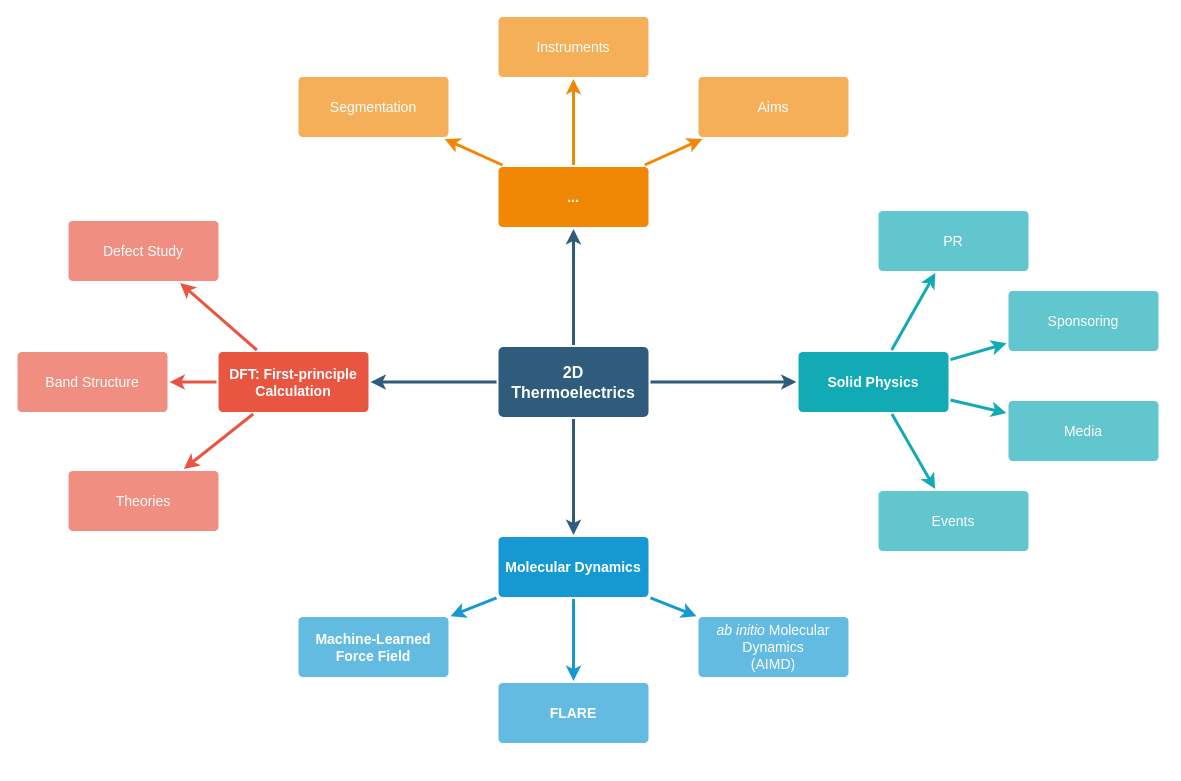
Earlier version of the draw.io diagram annual_review_2024.drawio (yicao-elina/drawio). Source tidied: cells renumbered, new cells numbered last; positions are measured from the earlier drawing's top-left corner, leaving out a move shared by most shapes. Both pictures are drawn from the tidied source at 100%, with x=0, y=0 at pixel (17, 16).
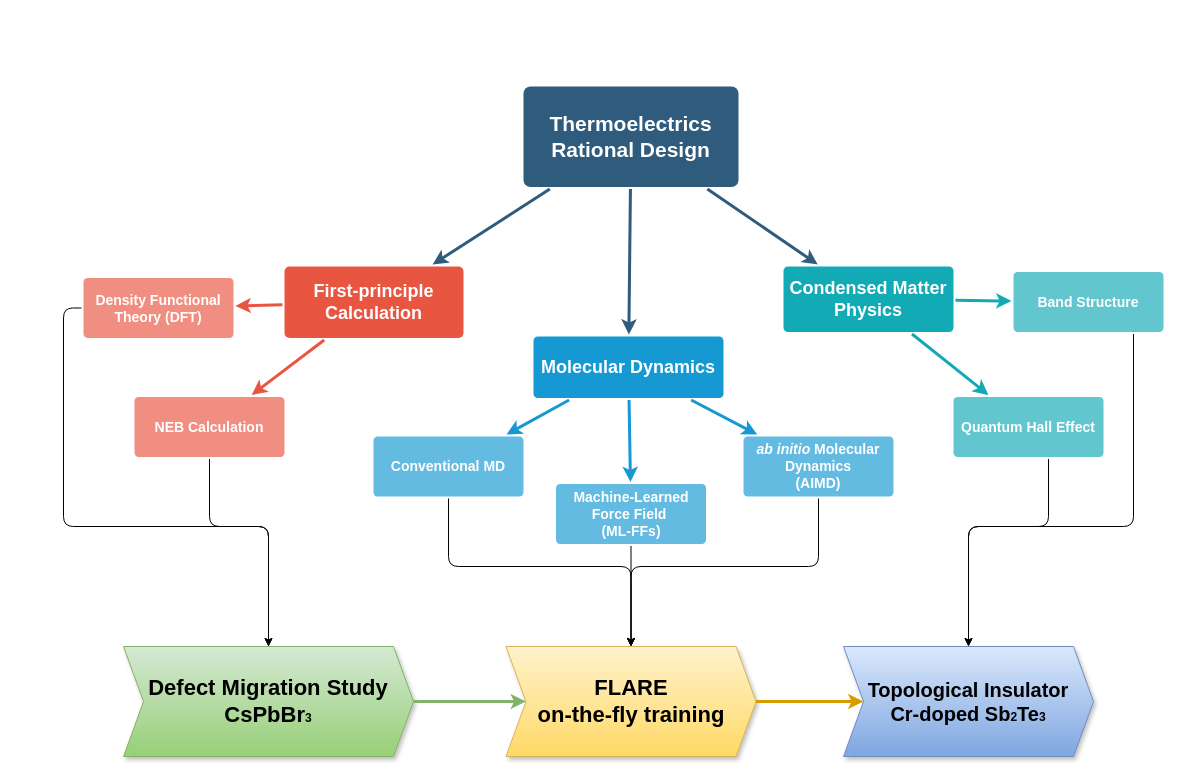
After the change.

The edit, as a diff of the source:
```diff
@@
-    <mxCell id="2" style="edgeStyle=none;rounded=0;jumpStyle=none;html=1;shadow=0;labelBackgroundColor=none;startArrow=none;startFill=0;endArrow=classic;endFill=1;jettySize=auto;strokeColor=#2F5B7C;strokeWidth=3;fontFamily=Helvetica;fontSize=16;fontColor=#23445D;spacing=5;" parent="1" edge="1" source="6" target="21">
-      <mxGeometry relative="1" as="geometry" />
-    </mxCell>
@@
-    <mxCell id="6" value="2D Thermoelectrics" style="rounded=1;whiteSpace=wrap;html=1;shadow=0;labelBackgroundColor=none;strokeColor=none;strokeWidth=3;fillColor=#2F5B7C;fontFamily=Helvetica;fontSize=16;fontColor=#FFFFFF;align=center;fontStyle=1;spacing=5;arcSize=7;perimeterSpacing=2;" parent="1" vertex="1">
-      <mxGeometry x="481" y="330.5" width="150" height="70" as="geometry" />
+    <mxCell id="6" value="&lt;div&gt;&lt;span style=&quot;font-size: 21px; background-color: initial;&quot;&gt;Thermoelectrics&lt;/span&gt;&lt;br&gt;&lt;/div&gt;&lt;div&gt;&lt;span style=&quot;font-size: 21px;&quot;&gt;Rational Design&lt;/span&gt;&lt;span style=&quot;font-size: 21px; background-color: initial;&quot;&gt;&lt;br&gt;&lt;/span&gt;&lt;/div&gt;" style="rounded=1;whiteSpace=wrap;html=1;shadow=0;labelBackgroundColor=none;strokeColor=none;strokeWidth=3;fillColor=#2F5B7C;fontFamily=Helvetica;fontSize=16;fontColor=#FFFFFF;align=center;fontStyle=1;spacing=5;arcSize=7;perimeterSpacing=2;" parent="1" vertex="1">
+      <mxGeometry x="506" y="70" width="215" height="100.5" as="geometry" />
     </mxCell>
-    <mxCell id="7" style="edgeStyle=none;rounded=1;jumpStyle=none;html=1;shadow=0;labelBackgroundColor=none;startArrow=none;startFill=0;jettySize=auto;strokeColor=#E85642;strokeWidth=3;fontFamily=Helvetica;fontSize=14;fontColor=#FFFFFF;spacing=5;fontStyle=1;fillColor=#b0e3e6;" parent="1" edge="1" source="10" target="13">
-      <mxGeometry relative="1" as="geometry" />
-    </mxCell>
@@
-    <mxCell id="10" value="DFT: First-principle Calculation" style="rounded=1;whiteSpace=wrap;html=1;shadow=0;labelBackgroundColor=none;strokeColor=none;strokeWidth=3;fillColor=#e85642;fontFamily=Helvetica;fontSize=14;fontColor=#FFFFFF;align=center;spacing=5;fontStyle=1;arcSize=7;perimeterSpacing=2;" parent="1" vertex="1">
-      <mxGeometry x="201" y="335.5" width="150" height="60" as="geometry" />
+    <mxCell id="10" value="&lt;font style=&quot;font-size: 18px;&quot;&gt;First-principle Calculation&lt;/font&gt;" style="rounded=1;whiteSpace=wrap;html=1;shadow=0;labelBackgroundColor=none;strokeColor=none;strokeWidth=3;fillColor=#e85642;fontFamily=Helvetica;fontSize=14;fontColor=#FFFFFF;align=center;spacing=5;fontStyle=1;arcSize=7;perimeterSpacing=2;" parent="1" vertex="1">
+      <mxGeometry x="267" y="250" width="179" height="71.5" as="geometry" />
     </mxCell>
+    <mxCell id="37" style="edgeStyle=orthogonalEdgeStyle;rounded=1;jettySize=auto;html=1;curved=0;" parent="1" edge="1" source="11" target="44">
+      <mxGeometry relative="1" as="geometry">
+        <Array as="points">
+          <mxPoint x="192" y="510" />
+          <mxPoint x="251" y="510" />
+        </Array>
+      </mxGeometry>
+    </mxCell>
-    <mxCell id="11" value="Theories" style="rounded=1;whiteSpace=wrap;html=1;shadow=0;labelBackgroundColor=none;strokeColor=none;strokeWidth=3;fillColor=#f08e81;fontFamily=Helvetica;fontSize=14;fontColor=#FFFFFF;align=center;spacing=5;fontStyle=0;arcSize=7;perimeterSpacing=2;" parent="1" vertex="1">
-      <mxGeometry x="51" y="454.5" width="150" height="60" as="geometry" />
+    <mxCell id="11" value="NEB Calculation" style="rounded=1;whiteSpace=wrap;html=1;shadow=0;labelBackgroundColor=none;strokeColor=none;strokeWidth=3;fillColor=#f08e81;fontFamily=Helvetica;fontSize=14;fontColor=#FFFFFF;align=center;spacing=5;fontStyle=1;arcSize=7;perimeterSpacing=2;" parent="1" vertex="1">
+      <mxGeometry x="117" y="380.5" width="150" height="60" as="geometry" />
     </mxCell>
+    <mxCell id="38" style="edgeStyle=orthogonalEdgeStyle;rounded=1;jettySize=auto;html=1;curved=0;" parent="1" edge="1" source="12" target="44">
+      <mxGeometry relative="1" as="geometry">
+        <Array as="points">
+          <mxPoint x="46" y="292" />
+          <mxPoint x="46" y="510" />
+          <mxPoint x="251" y="510" />
+        </Array>
+      </mxGeometry>
+    </mxCell>
-    <mxCell id="12" value="Band Structure" style="rounded=1;whiteSpace=wrap;html=1;shadow=0;labelBackgroundColor=none;strokeColor=none;strokeWidth=3;fillColor=#f08e81;fontFamily=Helvetica;fontSize=14;fontColor=#FFFFFF;align=center;spacing=5;fontStyle=0;arcSize=7;perimeterSpacing=2;" parent="1" vertex="1">
-      <mxGeometry y="335.5" width="150" height="60" as="geometry" />
+    <mxCell id="12" value="Density Functional Theory (DFT)" style="rounded=1;whiteSpace=wrap;html=1;shadow=0;labelBackgroundColor=none;strokeColor=none;strokeWidth=3;fillColor=#f08e81;fontFamily=Helvetica;fontSize=14;fontColor=#FFFFFF;align=center;spacing=5;fontStyle=1;arcSize=7;perimeterSpacing=2;" parent="1" vertex="1">
+      <mxGeometry x="66" y="261.5" width="150" height="60" as="geometry" />
     </mxCell>
-    <mxCell id="13" value="Defect Study" style="rounded=1;whiteSpace=wrap;html=1;shadow=0;labelBackgroundColor=none;strokeColor=none;strokeWidth=3;fillColor=#f08e81;fontFamily=Helvetica;fontSize=14;fontColor=#FFFFFF;align=center;spacing=5;fontStyle=0;arcSize=7;perimeterSpacing=2;" parent="1" vertex="1">
-      <mxGeometry x="51" y="204.5" width="150" height="60" as="geometry" />
-    </mxCell>
@@
-    <mxCell id="17" value="Molecular Dynamics" style="rounded=1;whiteSpace=wrap;html=1;shadow=0;labelBackgroundColor=none;strokeColor=none;strokeWidth=3;fillColor=#1699d3;fontFamily=Helvetica;fontSize=14;fontColor=#FFFFFF;align=center;spacing=5;fontStyle=1;arcSize=7;perimeterSpacing=2;" parent="1" vertex="1">
-      <mxGeometry x="481" y="520.5" width="150" height="60" as="geometry" />
+    <mxCell id="17" value="&lt;font style=&quot;font-size: 18px;&quot;&gt;Molecular Dynamics&lt;/font&gt;" style="rounded=1;whiteSpace=wrap;html=1;shadow=0;labelBackgroundColor=none;strokeColor=none;strokeWidth=3;fillColor=#1699d3;fontFamily=Helvetica;fontSize=14;fontColor=#FFFFFF;align=center;spacing=5;fontStyle=1;arcSize=7;perimeterSpacing=2;" parent="1" vertex="1">
+      <mxGeometry x="516" y="320" width="190" height="61.5" as="geometry" />
     </mxCell>
+    <mxCell id="39" style="edgeStyle=orthogonalEdgeStyle;rounded=1;jettySize=auto;html=1;entryX=0.5;entryY=0;entryDx=0;entryDy=0;curved=0;" parent="1" edge="1" source="18" target="45">
+      <mxGeometry relative="1" as="geometry">
+        <Array as="points">
+          <mxPoint x="801" y="550" />
+          <mxPoint x="614" y="550" />
+        </Array>
+      </mxGeometry>
+    </mxCell>
-    <mxCell id="18" value="&lt;div&gt;&lt;span style=&quot;background-color: initial;&quot;&gt;&lt;i&gt;ab initio&lt;/i&gt; Molecular Dynamics&lt;/span&gt;&lt;br&gt;&lt;/div&gt;&lt;div&gt;&lt;span style=&quot;background-color: initial;&quot;&gt;(AIMD)&lt;/span&gt;&lt;/div&gt;" style="rounded=1;whiteSpace=wrap;html=1;shadow=0;labelBackgroundColor=none;strokeColor=none;strokeWidth=3;fillColor=#64bbe2;fontFamily=Helvetica;fontSize=14;fontColor=#FFFFFF;align=center;spacing=5;arcSize=7;perimeterSpacing=2;" parent="1" vertex="1">
-      <mxGeometry x="681" y="600.5" width="150" height="60" as="geometry" />
+    <mxCell id="18" value="&lt;div&gt;&lt;b&gt;&lt;span style=&quot;background-color: initial;&quot;&gt;&lt;i&gt;ab initio&lt;/i&gt; Molecular Dynamics&lt;/span&gt;&lt;br&gt;&lt;/b&gt;&lt;/div&gt;&lt;div&gt;&lt;span style=&quot;background-color: initial;&quot;&gt;&lt;b&gt;(AIMD)&lt;/b&gt;&lt;/span&gt;&lt;/div&gt;" style="rounded=1;whiteSpace=wrap;html=1;shadow=0;labelBackgroundColor=none;strokeColor=none;strokeWidth=3;fillColor=#64bbe2;fontFamily=Helvetica;fontSize=14;fontColor=#FFFFFF;align=center;spacing=5;arcSize=7;perimeterSpacing=2;" parent="1" vertex="1">
+      <mxGeometry x="726" y="420" width="150" height="60" as="geometry" />
     </mxCell>
+    <mxCell id="40" style="edgeStyle=orthogonalEdgeStyle;rounded=0;jettySize=auto;html=1;" parent="1" edge="1" source="19" target="45">
+      <mxGeometry relative="1" as="geometry" />
+    </mxCell>
-    <mxCell id="19" value="&lt;b&gt;FLARE&lt;/b&gt;" style="rounded=1;whiteSpace=wrap;html=1;shadow=0;labelBackgroundColor=none;strokeColor=none;strokeWidth=3;fillColor=#64bbe2;fontFamily=Helvetica;fontSize=14;fontColor=#FFFFFF;align=center;spacing=5;arcSize=7;perimeterSpacing=2;" parent="1" vertex="1">
-      <mxGeometry x="481" y="666.5" width="150" height="60" as="geometry" />
+    <mxCell id="19" value="&lt;span style=&quot;font-weight: 700;&quot;&gt;Machine-Learned Force Field&amp;nbsp;&lt;/span&gt;&lt;div&gt;&lt;span style=&quot;font-weight: 700;&quot;&gt;(ML-FFs)&lt;/span&gt;&lt;/div&gt;" style="rounded=1;whiteSpace=wrap;html=1;shadow=0;labelBackgroundColor=none;strokeColor=none;strokeWidth=3;fillColor=#64bbe2;fontFamily=Helvetica;fontSize=14;fontColor=#FFFFFF;align=center;spacing=5;arcSize=7;perimeterSpacing=2;" parent="1" vertex="1">
+      <mxGeometry x="538.5" y="467.5" width="150" height="60" as="geometry" />
     </mxCell>
+    <mxCell id="41" style="edgeStyle=orthogonalEdgeStyle;rounded=1;jettySize=auto;html=1;entryX=0.5;entryY=0;entryDx=0;entryDy=0;curved=0;" parent="1" edge="1" source="20" target="45">
+      <mxGeometry relative="1" as="geometry">
+        <Array as="points">
+          <mxPoint x="431" y="550" />
+          <mxPoint x="614" y="550" />
+        </Array>
+      </mxGeometry>
+    </mxCell>
-    <mxCell id="20" value="&lt;span style=&quot;font-weight: 700;&quot;&gt;Machine-Learned Force Field&lt;/span&gt;" style="rounded=1;whiteSpace=wrap;html=1;shadow=0;labelBackgroundColor=none;strokeColor=none;strokeWidth=3;fillColor=#64bbe2;fontFamily=Helvetica;fontSize=14;fontColor=#FFFFFF;align=center;spacing=5;arcSize=7;perimeterSpacing=2;" parent="1" vertex="1">
-      <mxGeometry x="281" y="600.5" width="150" height="60" as="geometry" />
+    <mxCell id="20" value="&lt;span style=&quot;font-weight: 700;&quot;&gt;Conventional MD&lt;/span&gt;" style="rounded=1;whiteSpace=wrap;html=1;shadow=0;labelBackgroundColor=none;strokeColor=none;strokeWidth=3;fillColor=#64bbe2;fontFamily=Helvetica;fontSize=14;fontColor=#FFFFFF;align=center;spacing=5;arcSize=7;perimeterSpacing=2;" parent="1" vertex="1">
+      <mxGeometry x="356" y="420" width="150" height="60" as="geometry" />
     </mxCell>
-    <mxCell id="21" value="..." style="rounded=1;whiteSpace=wrap;html=1;shadow=0;labelBackgroundColor=none;strokeColor=none;strokeWidth=3;fillColor=#F08705;fontFamily=Helvetica;fontSize=14;fontColor=#FFFFFF;align=center;spacing=5;fontStyle=1;arcSize=7;perimeterSpacing=2;" parent="1" vertex="1">
-      <mxGeometry x="481" y="150.5" width="150" height="60" as="geometry" />
-    </mxCell>
-    <mxCell id="22" value="Aims&lt;br&gt;" style="rounded=1;whiteSpace=wrap;html=1;shadow=0;labelBackgroundColor=none;strokeColor=none;strokeWidth=3;fillColor=#f5af58;fontFamily=Helvetica;fontSize=14;fontColor=#FFFFFF;align=center;spacing=5;arcSize=7;perimeterSpacing=2;" parent="1" vertex="1">
-      <mxGeometry x="681" y="60.5" width="150" height="60" as="geometry" />
-    </mxCell>
-    <mxCell id="23" style="edgeStyle=none;rounded=0;jumpStyle=none;html=1;shadow=0;labelBackgroundColor=none;startArrow=none;startFill=0;endArrow=classic;endFill=1;jettySize=auto;strokeColor=#F08705;strokeWidth=3;fontFamily=Helvetica;fontSize=14;fontColor=#FFFFFF;spacing=5;" parent="1" edge="1" source="21" target="22">
-      <mxGeometry relative="1" as="geometry" />
-    </mxCell>
-    <mxCell id="24" value="Instruments" style="rounded=1;whiteSpace=wrap;html=1;shadow=0;labelBackgroundColor=none;strokeColor=none;strokeWidth=3;fillColor=#f5af58;fontFamily=Helvetica;fontSize=14;fontColor=#FFFFFF;align=center;spacing=5;arcSize=7;perimeterSpacing=2;" parent="1" vertex="1">
-      <mxGeometry x="481" y="0.5" width="150" height="60" as="geometry" />
-    </mxCell>
-    <mxCell id="25" style="edgeStyle=none;rounded=0;jumpStyle=none;html=1;shadow=0;labelBackgroundColor=none;startArrow=none;startFill=0;endArrow=classic;endFill=1;jettySize=auto;strokeColor=#F08705;strokeWidth=3;fontFamily=Helvetica;fontSize=14;fontColor=#FFFFFF;spacing=5;" parent="1" edge="1" source="21" target="24">
-      <mxGeometry relative="1" as="geometry" />
-    </mxCell>
-    <mxCell id="26" value="Segmentation" style="rounded=1;whiteSpace=wrap;html=1;shadow=0;labelBackgroundColor=none;strokeColor=none;strokeWidth=3;fillColor=#f5af58;fontFamily=Helvetica;fontSize=14;fontColor=#FFFFFF;align=center;spacing=5;arcSize=7;perimeterSpacing=2;" parent="1" vertex="1">
-      <mxGeometry x="281" y="60.5" width="150" height="60" as="geometry" />
-    </mxCell>
-    <mxCell id="27" style="edgeStyle=none;rounded=0;jumpStyle=none;html=1;shadow=0;labelBackgroundColor=none;startArrow=none;startFill=0;endArrow=classic;endFill=1;jettySize=auto;strokeColor=#F08705;strokeWidth=3;fontFamily=Helvetica;fontSize=14;fontColor=#FFFFFF;spacing=5;" parent="1" edge="1" source="21" target="26">
-      <mxGeometry relative="1" as="geometry" />
-    </mxCell>
-    <mxCell id="28" value="Solid Physics" style="rounded=1;whiteSpace=wrap;html=1;shadow=0;labelBackgroundColor=none;strokeColor=none;strokeWidth=3;fillColor=#12aab5;fontFamily=Helvetica;fontSize=14;fontColor=#FFFFFF;align=center;spacing=5;fontStyle=1;arcSize=7;perimeterSpacing=2;" parent="1" vertex="1">
-      <mxGeometry x="781" y="335.5" width="150" height="60" as="geometry" />
+    <mxCell id="28" value="&lt;font style=&quot;font-size: 18px;&quot;&gt;Condensed Matter Physics&lt;/font&gt;" style="rounded=1;whiteSpace=wrap;html=1;shadow=0;labelBackgroundColor=none;strokeColor=none;strokeWidth=3;fillColor=#12aab5;fontFamily=Helvetica;fontSize=14;fontColor=#FFFFFF;align=center;spacing=5;fontStyle=1;arcSize=7;perimeterSpacing=2;" parent="1" vertex="1">
+      <mxGeometry x="766" y="250" width="170" height="65.5" as="geometry" />
     </mxCell>
-    <mxCell id="29" value="Events" style="rounded=1;whiteSpace=wrap;html=1;shadow=0;labelBackgroundColor=none;strokeColor=none;strokeWidth=3;fillColor=#61c6ce;fontFamily=Helvetica;fontSize=14;fontColor=#FFFFFF;align=center;spacing=5;fontStyle=0;arcSize=7;perimeterSpacing=2;" parent="1" vertex="1">
-      <mxGeometry x="861" y="474.5" width="150" height="60" as="geometry" />
-    </mxCell>
-    <mxCell id="30" style="edgeStyle=none;rounded=1;jumpStyle=none;html=1;shadow=0;labelBackgroundColor=none;startArrow=none;startFill=0;jettySize=auto;strokeColor=#12AAB5;strokeWidth=3;fontFamily=Helvetica;fontSize=14;fontColor=#FFFFFF;spacing=5;fontStyle=1;fillColor=#b0e3e6;" parent="1" edge="1" source="28" target="29">
-      <mxGeometry relative="1" as="geometry" />
-    </mxCell>
+    <mxCell id="42" style="edgeStyle=orthogonalEdgeStyle;rounded=1;jettySize=auto;html=1;entryX=0.5;entryY=0;entryDx=0;entryDy=0;curved=0;" parent="1" edge="1" source="31" target="46">
+      <mxGeometry relative="1" as="geometry">
+        <Array as="points">
+          <mxPoint x="1031" y="510" />
+          <mxPoint x="951" y="510" />
+        </Array>
+      </mxGeometry>
+    </mxCell>
-    <mxCell id="31" value="Media" style="rounded=1;whiteSpace=wrap;html=1;shadow=0;labelBackgroundColor=none;strokeColor=none;strokeWidth=3;fillColor=#61c6ce;fontFamily=Helvetica;fontSize=14;fontColor=#FFFFFF;align=center;spacing=5;fontStyle=0;arcSize=7;perimeterSpacing=2;" parent="1" vertex="1">
-      <mxGeometry x="991" y="384.5" width="150" height="60" as="geometry" />
+    <mxCell id="31" value="Quantum Hall Effect" style="rounded=1;whiteSpace=wrap;html=1;shadow=0;labelBackgroundColor=none;strokeColor=none;strokeWidth=3;fillColor=#61c6ce;fontFamily=Helvetica;fontSize=14;fontColor=#FFFFFF;align=center;spacing=5;fontStyle=1;arcSize=7;perimeterSpacing=2;" parent="1" vertex="1">
+      <mxGeometry x="936" y="380.5" width="150" height="60" as="geometry" />
     </mxCell>
@@
+    <mxCell id="43" style="edgeStyle=orthogonalEdgeStyle;rounded=1;jettySize=auto;html=1;entryX=0.5;entryY=0;entryDx=0;entryDy=0;curved=0;" parent="1" edge="1" source="33" target="46">
+      <mxGeometry relative="1" as="geometry">
+        <Array as="points">
+          <mxPoint x="1116" y="510" />
+          <mxPoint x="951" y="510" />
+        </Array>
+      </mxGeometry>
+    </mxCell>
-    <mxCell id="33" value="Sponsoring" style="rounded=1;whiteSpace=wrap;html=1;shadow=0;labelBackgroundColor=none;strokeColor=none;strokeWidth=3;fillColor=#61c6ce;fontFamily=Helvetica;fontSize=14;fontColor=#FFFFFF;align=center;spacing=5;fontStyle=0;arcSize=7;perimeterSpacing=2;" parent="1" vertex="1">
-      <mxGeometry x="991" y="274.5" width="150" height="60" as="geometry" />
+    <mxCell id="33" value="Band Structure" style="rounded=1;whiteSpace=wrap;html=1;shadow=0;labelBackgroundColor=none;strokeColor=none;strokeWidth=3;fillColor=#61c6ce;fontFamily=Helvetica;fontSize=14;fontColor=#FFFFFF;align=center;spacing=5;fontStyle=1;arcSize=7;perimeterSpacing=2;" parent="1" vertex="1">
+      <mxGeometry x="996" y="255.5" width="150" height="60" as="geometry" />
     </mxCell>
@@
-    <mxCell id="35" value="PR" style="rounded=1;whiteSpace=wrap;html=1;shadow=0;labelBackgroundColor=none;strokeColor=none;strokeWidth=3;fillColor=#61c6ce;fontFamily=Helvetica;fontSize=14;fontColor=#FFFFFF;align=center;spacing=5;fontStyle=0;arcSize=7;perimeterSpacing=2;" parent="1" vertex="1">
-      <mxGeometry x="861" y="194.5" width="150" height="60" as="geometry" />
-    </mxCell>
-    <mxCell id="36" style="edgeStyle=none;rounded=1;jumpStyle=none;html=1;shadow=0;labelBackgroundColor=none;startArrow=none;startFill=0;jettySize=auto;strokeColor=#12AAB5;strokeWidth=3;fontFamily=Helvetica;fontSize=14;fontColor=#FFFFFF;spacing=5;fontStyle=1;fillColor=#b0e3e6;" parent="1" edge="1" source="28" target="35">
-      <mxGeometry relative="1" as="geometry" />
-    </mxCell>
+    <mxCell id="44" value="&lt;span style=&quot;font-size: 22px; font-weight: 700;&quot;&gt;Defect Migration Study&lt;/span&gt;&lt;div&gt;&lt;span style=&quot;font-size: 22px; font-weight: 700;&quot;&gt;CsPbBr&lt;/span&gt;&lt;span style=&quot;font-weight: 700;&quot;&gt;&lt;font style=&quot;font-size: 12px;&quot;&gt;3&lt;/font&gt;&lt;/span&gt;&lt;/div&gt;" style="shape=step;perimeter=stepPerimeter;whiteSpace=wrap;html=1;fixedSize=1;shadow=1;fillColor=#d5e8d4;strokeColor=#82b366;gradientColor=#97d077;" parent="1" vertex="1">
+      <mxGeometry x="106" y="630" width="290" height="110" as="geometry" />
+    </mxCell>
+    <mxCell id="45" value="FLARE&lt;div&gt;on-the-fly training&lt;/div&gt;" style="shape=step;perimeter=stepPerimeter;whiteSpace=wrap;html=1;fixedSize=1;shadow=1;fillColor=#fff2cc;strokeColor=#d6b656;gradientColor=#ffd966;fontStyle=1;fontSize=22;" parent="1" vertex="1">
+      <mxGeometry x="488.5" y="630" width="250" height="110" as="geometry" />
+    </mxCell>
+    <mxCell id="46" value="&lt;div style=&quot;font-size: 20px;&quot;&gt;&lt;b style=&quot;&quot;&gt;&lt;font style=&quot;font-size: 20px;&quot;&gt;Topological Insulator&lt;/font&gt;&lt;/b&gt;&lt;/div&gt;&lt;b style=&quot;&quot;&gt;&lt;font style=&quot;font-size: 20px;&quot;&gt;Cr-doped Sb&lt;/font&gt;&lt;font style=&quot;font-size: 12px;&quot;&gt;2&lt;/font&gt;&lt;font style=&quot;font-size: 20px;&quot;&gt;Te&lt;/font&gt;&lt;font style=&quot;font-size: 12px;&quot;&gt;3&lt;/font&gt;&lt;/b&gt;" style="shape=step;perimeter=stepPerimeter;whiteSpace=wrap;html=1;fixedSize=1;shadow=1;fillColor=#dae8fc;strokeColor=#6c8ebf;gradientColor=#7ea6e0;" parent="1" vertex="1">
+      <mxGeometry x="826" y="630" width="250" height="110" as="geometry" />
+    </mxCell>
+    <mxCell id="47" style="edgeStyle=none;rounded=0;jumpStyle=none;html=1;shadow=0;labelBackgroundColor=none;startArrow=none;startFill=0;endArrow=classic;endFill=1;jettySize=auto;strokeColor=#82b366;strokeWidth=3;fontFamily=Helvetica;fontSize=16;fontColor=#23445D;spacing=5;exitX=1;exitY=0.5;exitDx=0;exitDy=0;entryX=0;entryY=0.5;entryDx=0;entryDy=0;fillColor=#d5e8d4;gradientColor=#97d077;" parent="1" edge="1" source="44" target="45">
+      <mxGeometry relative="1" as="geometry" />
+    </mxCell>
+    <mxCell id="48" style="edgeStyle=none;rounded=0;jumpStyle=none;html=1;shadow=0;labelBackgroundColor=none;startArrow=none;startFill=0;endArrow=classic;endFill=1;jettySize=auto;strokeColor=#d79b00;strokeWidth=3;fontFamily=Helvetica;fontSize=16;fontColor=#23445D;spacing=5;exitX=1;exitY=0.5;exitDx=0;exitDy=0;entryX=0;entryY=0.5;entryDx=0;entryDy=0;fillColor=#ffcd28;gradientColor=#ffa500;" parent="1" edge="1" source="45" target="46">
+      <mxGeometry relative="1" as="geometry" />
+    </mxCell>
```
